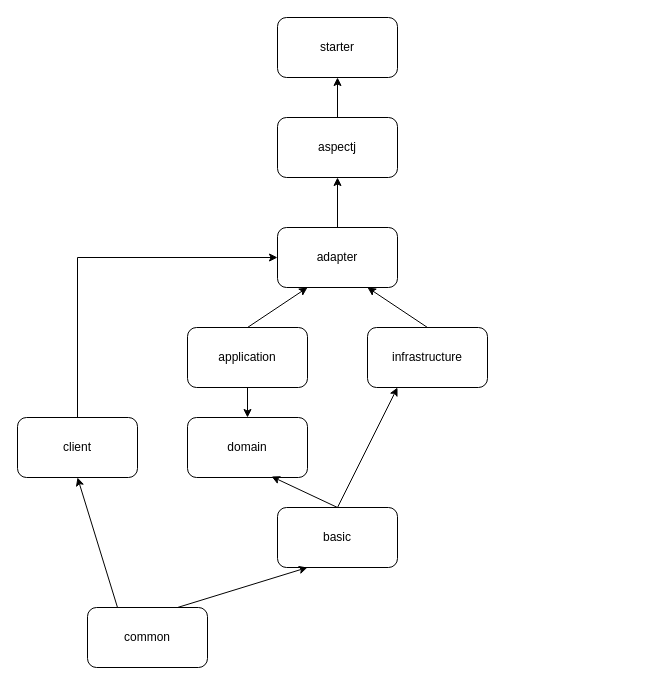
This is dependency-relation.drawio from chuanghou/meeting, a draw.io file, before an edit. Source tidied: cells renumbered, new cells numbered last; positions are measured from the earlier drawing's top-left corner, leaving out a move shared by most shapes. Both pictures are drawn from the tidied source at 100%, with x=0, y=0 at pixel (17, 17).
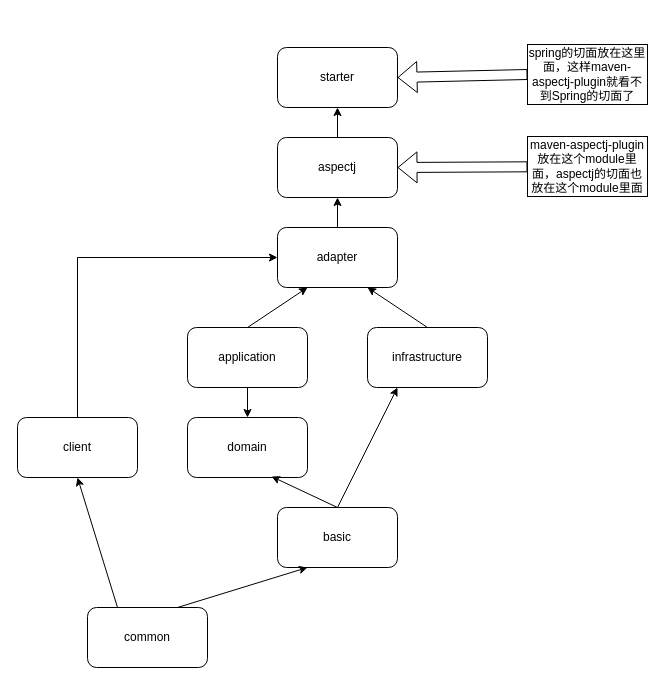
Above is the later version.

Diff of the diagram source:
```diff
@@
     <mxCell id="19" value="aspectj" style="rounded=1;whiteSpace=wrap;html=1;" parent="1" vertex="1">
-      <mxGeometry x="260" y="100" width="120" height="60" as="geometry" />
+      <mxGeometry x="260" y="120" width="120" height="60" as="geometry" />
     </mxCell>
     <mxCell id="20" value="starter" style="rounded=1;whiteSpace=wrap;html=1;" parent="1" vertex="1">
-      <mxGeometry x="260" width="120" height="60" as="geometry" />
+      <mxGeometry x="260" y="30" width="120" height="60" as="geometry" />
     </mxCell>
+    <mxCell id="21" value="maven-aspectj-plugin&lt;br&gt;放在这个module里面，aspectj的切面也放在这个module里面" style="rounded=0;whiteSpace=wrap;html=1;" parent="1" vertex="1">
+      <mxGeometry x="510" y="119" width="120" height="60" as="geometry" />
+    </mxCell>
+    <mxCell id="22" style="shape=flexArrow;endArrow=classic;html=1;rounded=0;entryX=1;entryY=0.5;entryDx=0;entryDy=0;" parent="1" edge="1" source="21" target="19">
+      <mxGeometry relative="1" as="geometry" />
+    </mxCell>
+    <mxCell id="23" value="spring的切面放在这里面，这样maven-aspectj-plugin就看不到Spring的切面了" style="rounded=0;whiteSpace=wrap;html=1;" parent="1" vertex="1">
+      <mxGeometry x="510" y="27" width="120" height="60" as="geometry" />
+    </mxCell>
+    <mxCell id="24" style="shape=flexArrow;endArrow=classic;html=1;rounded=0;entryX=1;entryY=0.5;entryDx=0;entryDy=0;exitX=0;exitY=0.5;exitDx=0;exitDy=0;" parent="1" edge="1" source="23" target="20">
+      <mxGeometry relative="1" as="geometry" />
+    </mxCell>
```
